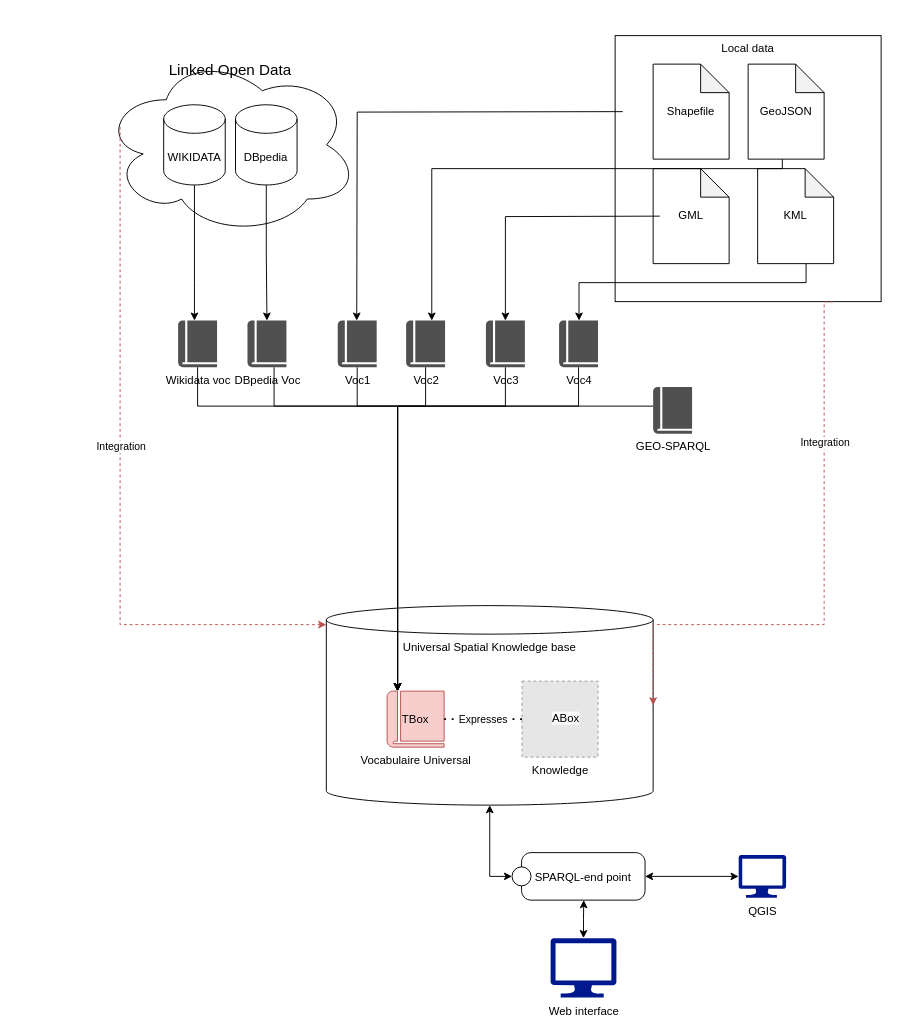
JJponciano/SpaLod keeps this draw.io diagram as structure.drawio. Above is the earlier version. Source tidied: cells renumbered, new cells numbered last; positions are measured from the earlier drawing's top-left corner, leaving out a move shared by most shapes. Both pictures are drawn from the tidied source at 95%, with x=0, y=0 at pixel (102, 35). Pictures stored in the file or linked from it are replaced by grey dashed boxes.
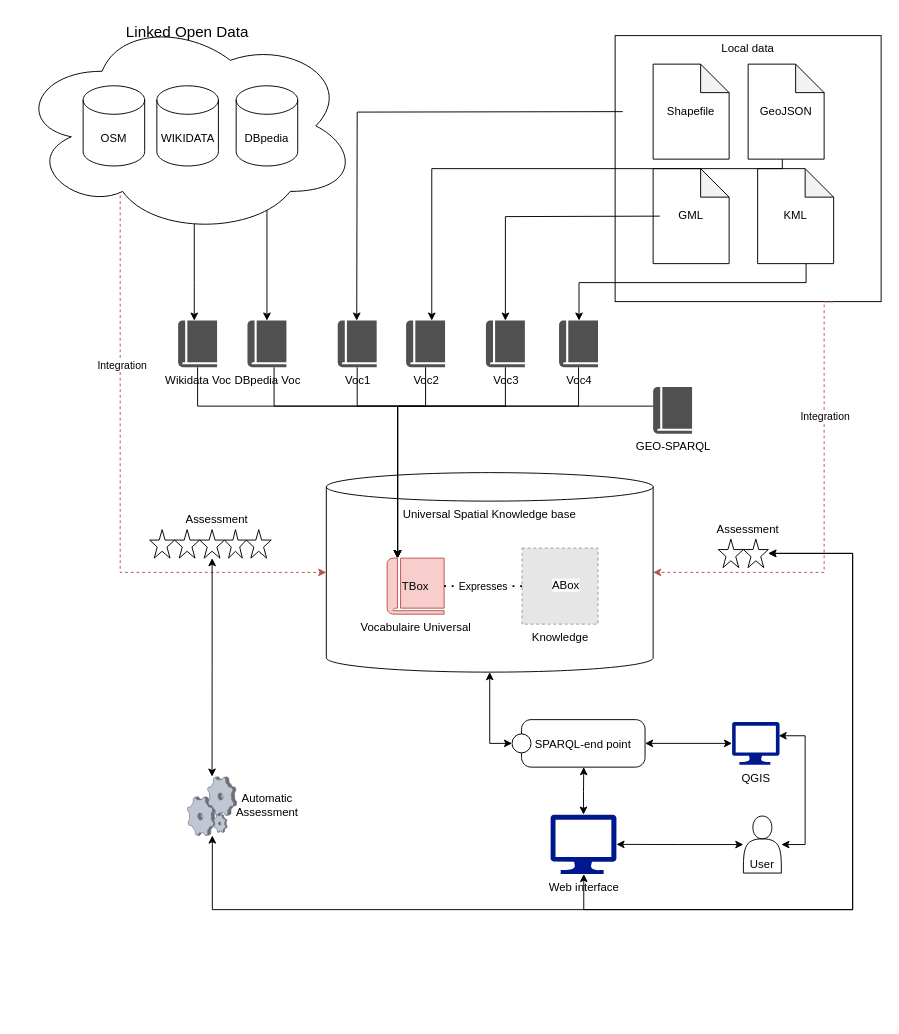
The same page after the edit.

Unchanged cells that the change refers to:
```xml
<mxCell id="9" value="Local data" style="whiteSpace=wrap;html=1;verticalAlign=top;" parent="8" vertex="1">
  <mxGeometry width="280" height="280" as="geometry" />
</mxCell>
```

Diff of the diagram source:
```diff
@@
+    <mxCell id="48" style="edgeStyle=orthogonalEdgeStyle;rounded=0;jettySize=auto;html=1;startArrow=classic;startFill=1;" parent="1" edge="1" source="61" target="47">
+      <mxGeometry relative="1" as="geometry">
+        <Array as="points">
+          <mxPoint x="790" y="545" />
+          <mxPoint x="790" y="920" />
+          <mxPoint x="507" y="920" />
+        </Array>
+      </mxGeometry>
+    </mxCell>
@@
     <mxCell id="3" value="Universal Spatial Knowledge base" style="shape=cylinder3;whiteSpace=wrap;html=1;boundedLbl=1;backgroundOutline=1;size=15;verticalAlign=top;" parent="1" vertex="1">
-      <mxGeometry x="236" y="600" width="344" height="210" as="geometry" />
+      <mxGeometry x="236" y="460" width="344" height="210" as="geometry" />
     </mxCell>
-    <mxCell id="4" style="group;" parent="1" vertex="1">
-      <mxGeometry y="20" width="270" height="190" as="geometry" />
-    </mxCell>
-    <mxCell id="5" value="&lt;font style=&quot;font-size: 16px&quot;&gt;Linked Open Data&lt;/font&gt;" style="ellipse;shape=cloud;whiteSpace=wrap;html=1;verticalAlign=top;" parent="4" vertex="1">
-      <mxGeometry width="270" height="190" as="geometry" />
-    </mxCell>
-    <mxCell id="6" value="WIKIDATA" style="shape=cylinder3;whiteSpace=wrap;html=1;boundedLbl=1;backgroundOutline=1;size=15;" parent="4" vertex="1">
-      <mxGeometry x="64.8" y="52.8" width="64.8" height="84.4" as="geometry" />
-    </mxCell>
-    <mxCell id="7" value="DBpedia" style="shape=cylinder3;whiteSpace=wrap;html=1;boundedLbl=1;backgroundOutline=1;size=15;" parent="4" vertex="1">
-      <mxGeometry x="140.4" y="52.8" width="64.8" height="84.4" as="geometry" />
-    </mxCell>
@@
-    <mxCell id="30" value="Wikidata voc" style="shadow=0;dashed=0;html=1;strokeColor=none;fillColor=#505050;labelPosition=center;verticalLabelPosition=bottom;verticalAlign=top;outlineConnect=0;align=center;shape=mxgraph.office.concepts.book_journal;" parent="1" vertex="1">
+    <mxCell id="30" value="Wikidata Voc" style="shadow=0;dashed=0;html=1;strokeColor=none;fillColor=#505050;labelPosition=center;verticalLabelPosition=bottom;verticalAlign=top;outlineConnect=0;align=center;shape=mxgraph.office.concepts.book_journal;" parent="1" vertex="1">
       <mxGeometry x="80" y="300" width="41" height="49" as="geometry" />
     </mxCell>
@@
     <mxCell id="33" style="edgeStyle=orthogonalEdgeStyle;rounded=0;jettySize=auto;html=1;dashed=1;fillColor=#f8cecc;strokeColor=#b85450;exitX=0.07;exitY=0.4;exitDx=0;exitDy=0;exitPerimeter=0;" parent="1" edge="1" source="5" target="3">
       <mxGeometry relative="1" as="geometry">
         <Array as="points">
-          <mxPoint x="19" y="620" />
+          <mxPoint x="19" y="72" />
+          <mxPoint x="19" y="565" />
         </Array>
       </mxGeometry>
     </mxCell>
@@
     <mxCell id="35" style="edgeStyle=orthogonalEdgeStyle;rounded=0;jettySize=auto;html=1;dashed=1;fillColor=#f8cecc;strokeColor=#b85450;exitX=0.819;exitY=1.001;exitDx=0;exitDy=0;exitPerimeter=0;entryX=1;entryY=0.5;entryDx=0;entryDy=0;entryPerimeter=0;" parent="1" edge="1" source="9" target="3">
       <mxGeometry relative="1" as="geometry">
         <Array as="points">
           <mxPoint x="760" y="280" />
-          <mxPoint x="760" y="620" />
+          <mxPoint x="760" y="565" />
         </Array>
       </mxGeometry>
     </mxCell>
@@
     <mxCell id="37" value="Vocabulaire Universal&lt;br&gt;" style="shadow=0;dashed=0;html=1;strokeColor=#b85450;fillColor=#f8cecc;labelPosition=center;verticalLabelPosition=bottom;verticalAlign=top;outlineConnect=0;align=center;shape=mxgraph.office.concepts.book_journal;" parent="1" vertex="1">
-      <mxGeometry x="300" y="690" width="60" height="59" as="geometry" />
+      <mxGeometry x="300" y="550" width="60" height="59" as="geometry" />
     </mxCell>
     <mxCell id="38" value="TBox" style="text;html=1;strokeColor=none;fillColor=none;align=center;verticalAlign=middle;whiteSpace=wrap;rounded=0;" parent="1" vertex="1">
-      <mxGeometry x="310" y="709.5" width="40" height="20" as="geometry" />
+      <mxGeometry x="310" y="569.5" width="40" height="20" as="geometry" />
     </mxCell>
     <mxCell id="39" value="Knowledge" style="fillColor=#E6E6E6;strokeColor=#999999;dashed=1;html=1;verticalAlign=top;verticalLabelPosition=bottom;labelBackgroundColor=#ffffff;" parent="1" vertex="1">
-      <mxGeometry x="442" y="679.5" width="80" height="80" as="geometry" />
+      <mxGeometry x="442" y="539.5" width="80" height="80" as="geometry" />
     </mxCell>
     <mxCell id="40" value="&lt;span style=&quot;color: rgb(0 , 0 , 0) ; font-family: &amp;#34;helvetica&amp;#34; ; font-size: 12px ; font-style: normal ; font-weight: 400 ; letter-spacing: normal ; text-align: center ; text-indent: 0px ; text-transform: none ; word-spacing: 0px ; background-color: rgb(248 , 249 , 250) ; display: inline ; float: none&quot;&gt;ABox&lt;/span&gt;" style="text;whiteSpace=wrap;html=1;" parent="1" vertex="1">
-      <mxGeometry x="472" y="704.5" width="50" height="30" as="geometry" />
+      <mxGeometry x="472" y="564.5" width="50" height="30" as="geometry" />
     </mxCell>
@@
     <mxCell id="43" value="SPARQL-end point" style="shape=umlState;rounded=1;verticalAlign=middle;align=center;absoluteArcSize=1;arcSize=10;umlStateConnection=connPointRefEntry;boundedLbl=1;" parent="1" vertex="1">
-      <mxGeometry x="431.5" y="860" width="140" height="50" as="geometry" />
+      <mxGeometry x="431.5" y="720" width="140" height="50" as="geometry" />
     </mxCell>
@@
     <mxCell id="45" value="QGIS" style="shadow=0;dashed=0;html=1;strokeColor=none;labelPosition=center;verticalLabelPosition=bottom;verticalAlign=top;align=center;fillColor=#00188D;shape=mxgraph.azure.computer;" parent="1" vertex="1">
-      <mxGeometry x="670" y="862.5" width="50" height="45" as="geometry" />
+      <mxGeometry x="663.1" y="722.5" width="50" height="45" as="geometry" />
     </mxCell>
     <mxCell id="46" style="edgeStyle=orthogonalEdgeStyle;rounded=0;jettySize=auto;html=1;startArrow=classic;startFill=1;" parent="1" edge="1" source="47">
       <mxGeometry relative="1" as="geometry">
-        <mxPoint x="507" y="910" as="targetPoint" />
+        <mxPoint x="507" y="770" as="targetPoint" />
       </mxGeometry>
     </mxCell>
+    <mxCell id="5" value="&lt;font style=&quot;font-size: 16px&quot;&gt;Linked Open Data&lt;/font&gt;" style="ellipse;shape=cloud;whiteSpace=wrap;html=1;verticalAlign=top;" parent="1" vertex="1">
+      <mxGeometry x="-90" y="-20" width="360" height="230" as="geometry" />
+    </mxCell>
+    <mxCell id="6" value="WIKIDATA" style="shape=cylinder3;whiteSpace=wrap;html=1;boundedLbl=1;backgroundOutline=1;size=15;" parent="1" vertex="1">
+      <mxGeometry x="57.6" y="52.8" width="64.8" height="84.4" as="geometry" />
+    </mxCell>
+    <mxCell id="7" value="DBpedia" style="shape=cylinder3;whiteSpace=wrap;html=1;boundedLbl=1;backgroundOutline=1;size=15;" parent="1" vertex="1">
+      <mxGeometry x="141.1" y="52.8" width="64.8" height="84.4" as="geometry" />
+    </mxCell>
+    <mxCell id="49" value="OSM" style="shape=cylinder3;whiteSpace=wrap;html=1;boundedLbl=1;backgroundOutline=1;size=15;" parent="1" vertex="1">
+      <mxGeometry x="-20" y="52.8" width="64.8" height="84.4" as="geometry" />
+    </mxCell>
+    <mxCell id="50" style="edgeStyle=orthogonalEdgeStyle;rounded=0;jettySize=auto;html=1;startArrow=classic;startFill=1;" parent="1" edge="1" source="52" target="47">
+      <mxGeometry relative="1" as="geometry" />
+    </mxCell>
+    <mxCell id="51" style="edgeStyle=orthogonalEdgeStyle;rounded=0;jettySize=auto;html=1;startArrow=classic;startFill=1;entryX=0.98;entryY=0.322;entryDx=0;entryDy=0;entryPerimeter=0;" parent="1" edge="1" source="52" target="45">
+      <mxGeometry relative="1" as="geometry">
+        <Array as="points">
+          <mxPoint x="740" y="852" />
+          <mxPoint x="740" y="737" />
+        </Array>
+      </mxGeometry>
+    </mxCell>
+    <mxCell id="52" value="User" style="shape=actor;whiteSpace=wrap;html=1;verticalAlign=bottom;" parent="1" vertex="1">
+      <mxGeometry x="675" y="821.5" width="40" height="60" as="geometry" />
+    </mxCell>
+    <mxCell id="53" style="group;" parent="1" vertex="1">
+      <mxGeometry x="50" y="520" width="128" height="30" as="geometry" />
+    </mxCell>
+    <mxCell id="54" style="verticalLabelPosition=bottom;verticalAlign=top;html=1;shape=mxgraph.basic.star;" parent="53" vertex="1">
+      <mxGeometry x="52.6" width="26.3" height="30" as="geometry" />
+    </mxCell>
+    <mxCell id="55" style="verticalLabelPosition=bottom;verticalAlign=top;html=1;shape=mxgraph.basic.star;" parent="53" vertex="1">
+      <mxGeometry x="78.9" width="22.9" height="30" as="geometry" />
+    </mxCell>
+    <mxCell id="56" style="verticalLabelPosition=bottom;verticalAlign=top;html=1;shape=mxgraph.basic.star;" parent="53" vertex="1">
+      <mxGeometry x="101.7" width="26.3" height="30" as="geometry" />
+    </mxCell>
+    <mxCell id="57" style="verticalLabelPosition=bottom;verticalAlign=top;html=1;shape=mxgraph.basic.star;" parent="53" vertex="1">
+      <mxGeometry x="26.3" width="26.3" height="30" as="geometry" />
+    </mxCell>
+    <mxCell id="58" style="verticalLabelPosition=bottom;verticalAlign=top;html=1;shape=mxgraph.basic.star;" parent="53" vertex="1">
+      <mxGeometry width="26.3" height="30" as="geometry" />
+    </mxCell>
+    <mxCell id="59" style="verticalLabelPosition=bottom;verticalAlign=top;html=1;shape=mxgraph.basic.star;" parent="1" vertex="1">
+      <mxGeometry x="648.7" y="530" width="26.3" height="30" as="geometry" />
+    </mxCell>
+    <mxCell id="60" style="edgeStyle=orthogonalEdgeStyle;rounded=0;jettySize=auto;html=1;startArrow=classic;startFill=1;" parent="1" edge="1" source="61" target="64">
+      <mxGeometry relative="1" as="geometry">
+        <Array as="points">
+          <mxPoint x="790" y="545" />
+          <mxPoint x="790" y="920" />
+          <mxPoint x="116" y="920" />
+        </Array>
+      </mxGeometry>
+    </mxCell>
+    <mxCell id="61" style="verticalLabelPosition=bottom;verticalAlign=top;html=1;shape=mxgraph.basic.star;" parent="1" vertex="1">
+      <mxGeometry x="675" y="530" width="26.3" height="30" as="geometry" />
+    </mxCell>
+    <mxCell id="62" value="Assessment" style="text;html=1;strokeColor=none;fillColor=none;align=center;verticalAlign=middle;whiteSpace=wrap;rounded=0;" parent="1" vertex="1">
+      <mxGeometry x="101.1" y="500" width="40" height="20" as="geometry" />
+    </mxCell>
+    <mxCell id="63" value="Assessment" style="text;html=1;strokeColor=none;fillColor=none;align=center;verticalAlign=middle;whiteSpace=wrap;rounded=0;" parent="1" vertex="1">
+      <mxGeometry x="660" y="510" width="40" height="20" as="geometry" />
+    </mxCell>
+    <mxCell id="64" style="verticalLabelPosition=bottom;html=1;verticalAlign=top;strokeColor=none;align=center;outlineConnect=0;shape=mxgraph.citrix.process;" parent="1" vertex="1">
+      <mxGeometry x="89.7" y="780" width="52" height="62" as="geometry" />
+    </mxCell>
+    <mxCell id="65" value="Automatic Assessment" style="text;html=1;strokeColor=none;fillColor=none;align=center;verticalAlign=middle;whiteSpace=wrap;rounded=0;" parent="1" vertex="1">
+      <mxGeometry x="154" y="800" width="40" height="20" as="geometry" />
+    </mxCell>
+    <mxCell id="66" style="edgeStyle=orthogonalEdgeStyle;rounded=0;jettySize=auto;html=1;startArrow=classic;startFill=1;" parent="1" edge="1" source="54" target="64">
+      <mxGeometry relative="1" as="geometry" />
+    </mxCell>
     <mxCell id="47" value="Web interface" style="shadow=0;dashed=0;html=1;strokeColor=none;labelPosition=center;verticalLabelPosition=bottom;verticalAlign=top;align=center;fillColor=#00188D;shape=mxgraph.azure.computer;" parent="1" vertex="1">
-      <mxGeometry x="472" y="950" width="69.4" height="62.5" as="geometry" />
+      <mxGeometry x="472" y="820" width="69.4" height="62.5" as="geometry" />
     </mxCell>
```
